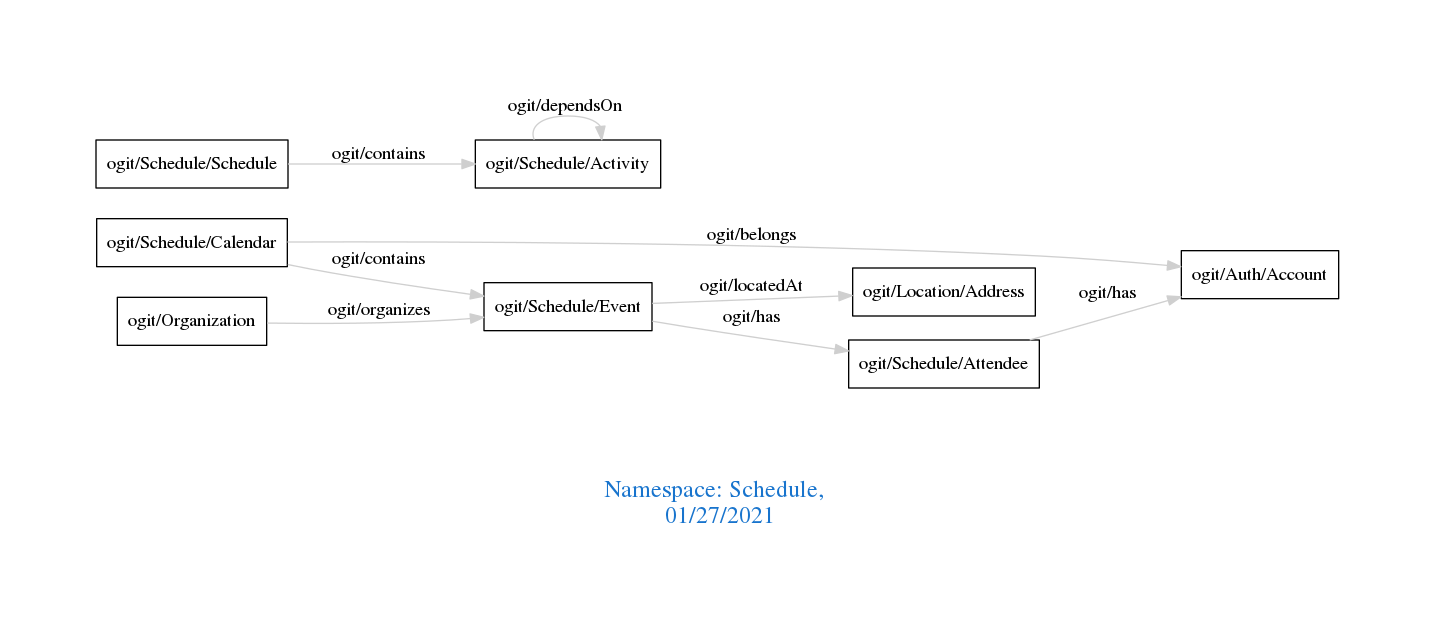
Above: downloads/Schedule.png in arago/OGIT (Graphviz), before the change. Its source is kept beside it as downloads/Schedule.dot.
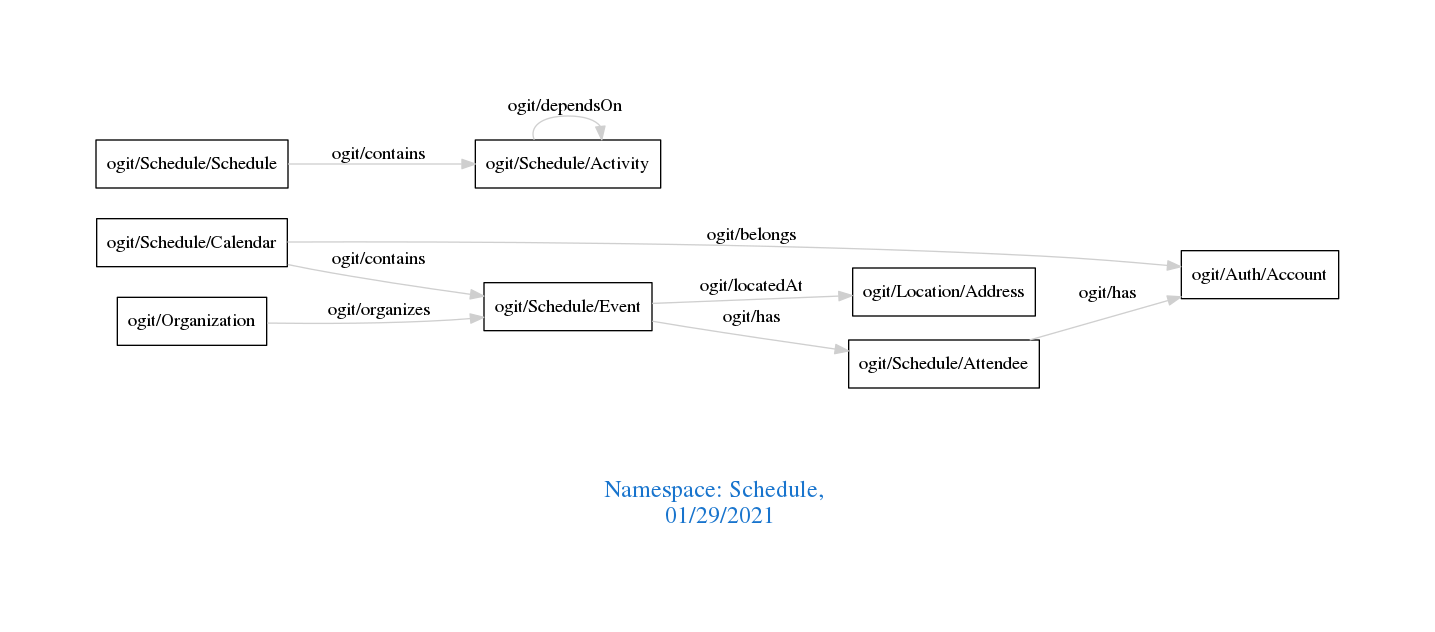
The same file after the commit.

Diff of the diagram source:
```diff
@@ -1,7 +1,7 @@
 digraph OGIT_ontology {
  graph [ rankdir= LR,pad=1
 fontsize = 18,
-fontcolor= dodgerblue3,label = "\n\n\nNamespace: Schedule, \n 01/27/2021"];
+fontcolor= dodgerblue3,label = "\n\n\nNamespace: Schedule, \n 01/29/2021"];
 node[shape=polygon];
 edge [  color="gray81"];
 
```
